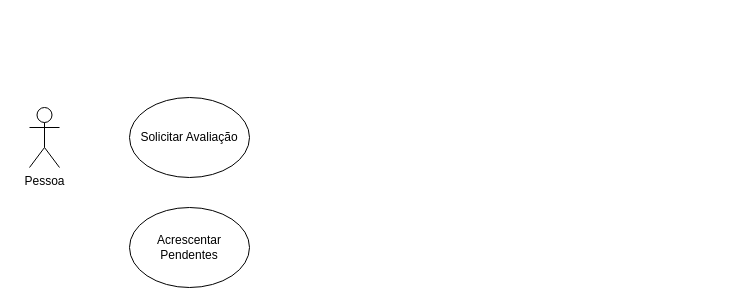
The draw.io diagram Controle de Clube Social.drawio in ArcanjoDaGuarda/AnjoProjetos, before the edit. Source tidied: cells renumbered, new cells numbered last; positions are measured from the earlier drawing's top-left corner, leaving out a move shared by most shapes. Both pictures are drawn from the tidied source at 100%, with x=0, y=0 at pixel (29, 97).
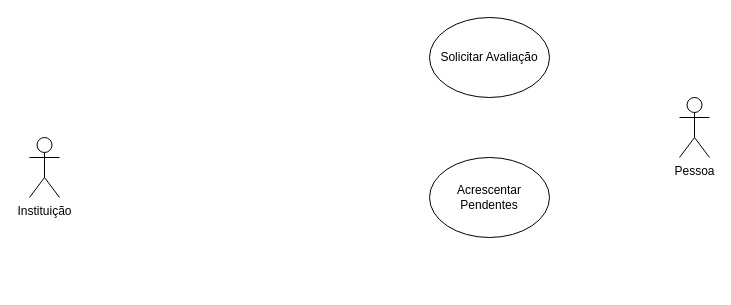
After the change.

Change to the diagram source:
```diff
@@
 <mxGraphModel>
   <root>
     <mxCell id="0" />
     <mxCell id="1" parent="0" />
     <mxCell id="2" value="Pessoa" style="shape=umlActor;verticalLabelPosition=bottom;verticalAlign=top;html=1;" parent="1" vertex="1">
-      <mxGeometry y="10" width="30" height="60" as="geometry" />
+      <mxGeometry x="650" width="30" height="60" as="geometry" />
     </mxCell>
     <mxCell id="3" value="Solicitar Avaliação" style="ellipse;whiteSpace=wrap;html=1;" parent="1" vertex="1">
-      <mxGeometry x="100" width="120" height="80" as="geometry" />
+      <mxGeometry x="400" y="-80" width="120" height="80" as="geometry" />
     </mxCell>
     <mxCell id="4" value="Acrescentar Pendentes" style="ellipse;whiteSpace=wrap;html=1;" parent="1" vertex="1">
-      <mxGeometry x="100" y="110" width="120" height="80" as="geometry" />
+      <mxGeometry x="400" y="60" width="120" height="80" as="geometry" />
     </mxCell>
+    <mxCell id="5" value="Instituição" style="shape=umlActor;verticalLabelPosition=bottom;verticalAlign=top;html=1;" parent="1" vertex="1">
+      <mxGeometry y="40" width="30" height="60" as="geometry" />
+    </mxCell>
   </root>
 </mxGraphModel>
```
